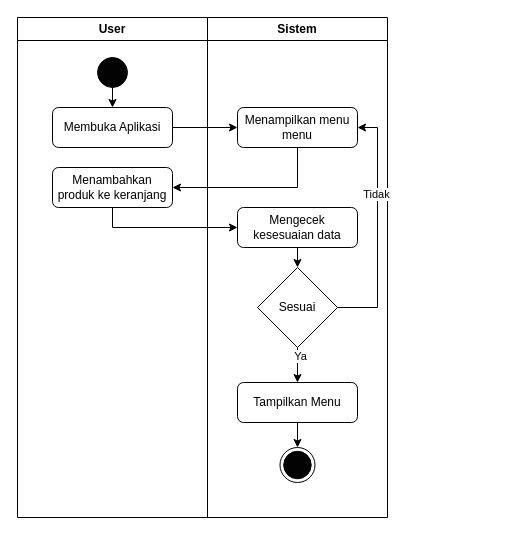
Above: User Cart.drawio in rizalpahlevii/activity-diagram (draw.io), before the change. Source tidied: cells renumbered, new cells numbered last; positions are measured from the earlier drawing's top-left corner, leaving out a move shared by most shapes. Both pictures are drawn from the tidied source at 100%, with x=0, y=0 at pixel (17, 17).
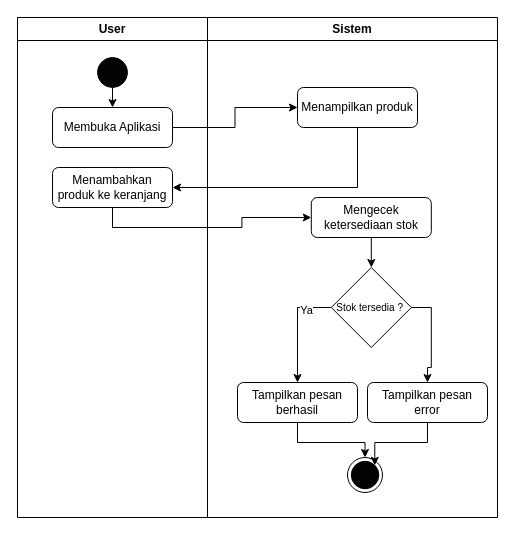
After the change.

What changed in the source:
```diff
@@
     <mxCell id="7" value="Sistem" style="swimlane;whiteSpace=wrap;html=1;" parent="1" vertex="1">
-      <mxGeometry x="190" width="180" height="500" as="geometry" />
+      <mxGeometry x="190" width="290" height="500" as="geometry" />
     </mxCell>
-    <mxCell id="8" value="Menampilkan menu menu" style="rounded=1;whiteSpace=wrap;html=1;" parent="7" vertex="1">
-      <mxGeometry x="30" y="90" width="120" height="40" as="geometry" />
+    <mxCell id="8" value="Menampilkan produk" style="rounded=1;whiteSpace=wrap;html=1;" parent="7" vertex="1">
+      <mxGeometry x="90" y="70" width="120" height="40" as="geometry" />
     </mxCell>
@@
-    <mxCell id="10" value="Mengecek kesesuaian data" style="rounded=1;whiteSpace=wrap;html=1;" parent="7" vertex="1">
-      <mxGeometry x="30" y="190" width="120" height="40" as="geometry" />
+    <mxCell id="10" value="Mengecek ketersediaan stok" style="rounded=1;whiteSpace=wrap;html=1;" parent="7" vertex="1">
+      <mxGeometry x="103.8" y="180" width="120" height="40" as="geometry" />
     </mxCell>
-    <mxCell id="11" style="edgeStyle=orthogonalEdgeStyle;rounded=0;jettySize=auto;html=1;exitX=1;exitY=0.5;exitDx=0;exitDy=0;entryX=1;entryY=0.5;entryDx=0;entryDy=0;" parent="7" edge="1" source="15" target="8">
-      <mxGeometry relative="1" as="geometry">
-        <Array as="points">
-          <mxPoint x="170" y="290" />
-          <mxPoint x="170" y="110" />
-        </Array>
-      </mxGeometry>
-    </mxCell>
-    <mxCell id="12" value="Tidak" style="edgeLabel;html=1;align=center;verticalAlign=middle;" parent="11" vertex="1">
-      <mxGeometry x="0.28" y="2" relative="1" as="geometry" />
-    </mxCell>
-    <mxCell id="13" style="edgeStyle=orthogonalEdgeStyle;rounded=0;jettySize=auto;html=1;exitX=0.5;exitY=1;exitDx=0;exitDy=0;entryX=0.5;entryY=0;entryDx=0;entryDy=0;" parent="7" edge="1" source="15" target="17">
+    <mxCell id="13" style="edgeStyle=orthogonalEdgeStyle;rounded=0;jettySize=auto;html=1;exitX=0;exitY=0.5;exitDx=0;exitDy=0;entryX=0.5;entryY=0;entryDx=0;entryDy=0;" parent="7" edge="1" source="15" target="17">
       <mxGeometry relative="1" as="geometry" />
     </mxCell>
@@
+    <mxCell id="23" style="edgeStyle=orthogonalEdgeStyle;rounded=0;jettySize=auto;html=1;exitX=1;exitY=0.5;exitDx=0;exitDy=0;" parent="7" edge="1" source="15" target="25">
+      <mxGeometry relative="1" as="geometry" />
+    </mxCell>
-    <mxCell id="15" value="Sesuai" style="rhombus;whiteSpace=wrap;html=1;" parent="7" vertex="1">
-      <mxGeometry x="50" y="250" width="80" height="80" as="geometry" />
+    <mxCell id="15" value="&lt;font style=&quot;font-size: 10px;&quot;&gt;Stok tersedia ?&amp;nbsp;&lt;/font&gt;" style="rhombus;whiteSpace=wrap;html=1;" parent="7" vertex="1">
+      <mxGeometry x="123.8" y="250" width="80" height="80" as="geometry" />
     </mxCell>
@@
-    <mxCell id="17" value="Tampilkan Menu" style="rounded=1;whiteSpace=wrap;html=1;" parent="7" vertex="1">
+    <mxCell id="17" value="Tampilkan pesan berhasil" style="rounded=1;whiteSpace=wrap;html=1;" parent="7" vertex="1">
       <mxGeometry x="30" y="365" width="120" height="40" as="geometry" />
     </mxCell>
     <mxCell id="18" style="ellipse;whiteSpace=wrap;html=1;gradientColor=none;strokeColor=default;strokeWidth=1;" parent="7" vertex="1">
-      <mxGeometry x="72.5" y="430" width="35" height="35" as="geometry" />
+      <mxGeometry x="140" y="440" width="35" height="35" as="geometry" />
     </mxCell>
     <mxCell id="19" style="ellipse;whiteSpace=wrap;html=1;fillColor=#030303;" parent="7" vertex="1">
-      <mxGeometry x="76.2" y="433.8" width="27.5" height="27.5" as="geometry" />
+      <mxGeometry x="143.8" y="443.8" width="27.5" height="27.5" as="geometry" />
     </mxCell>
+    <mxCell id="24" style="edgeStyle=orthogonalEdgeStyle;rounded=0;jettySize=auto;html=1;exitX=0.5;exitY=1;exitDx=0;exitDy=0;entryX=1;entryY=0;entryDx=0;entryDy=0;" parent="7" edge="1" source="25" target="19">
+      <mxGeometry relative="1" as="geometry" />
+    </mxCell>
+    <mxCell id="25" value="Tampilkan pesan error" style="rounded=1;whiteSpace=wrap;html=1;" parent="7" vertex="1">
+      <mxGeometry x="160" y="365" width="120" height="40" as="geometry" />
+    </mxCell>
```
